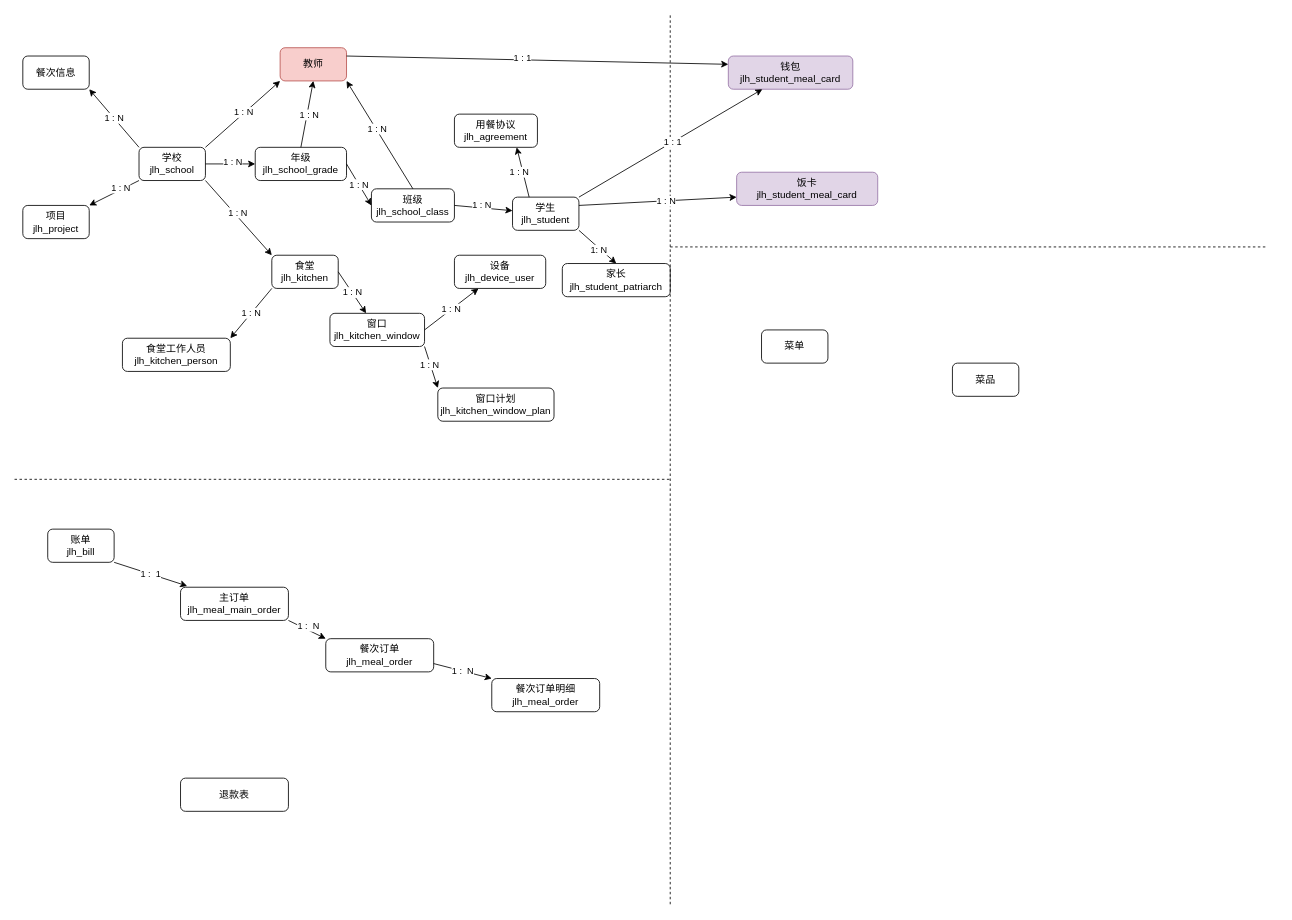
This is page "概念模型" (1 of 3) of 聚利合.drawio from shixw/drawio-depository, a draw.io file, before an edit. Source tidied: cells renumbered, new cells numbered last; positions are measured from the earlier drawing's top-left corner, leaving out a move shared by most shapes. Both pictures are drawn from the tidied source at 83%, with x=0, y=0 at pixel (14, 14).
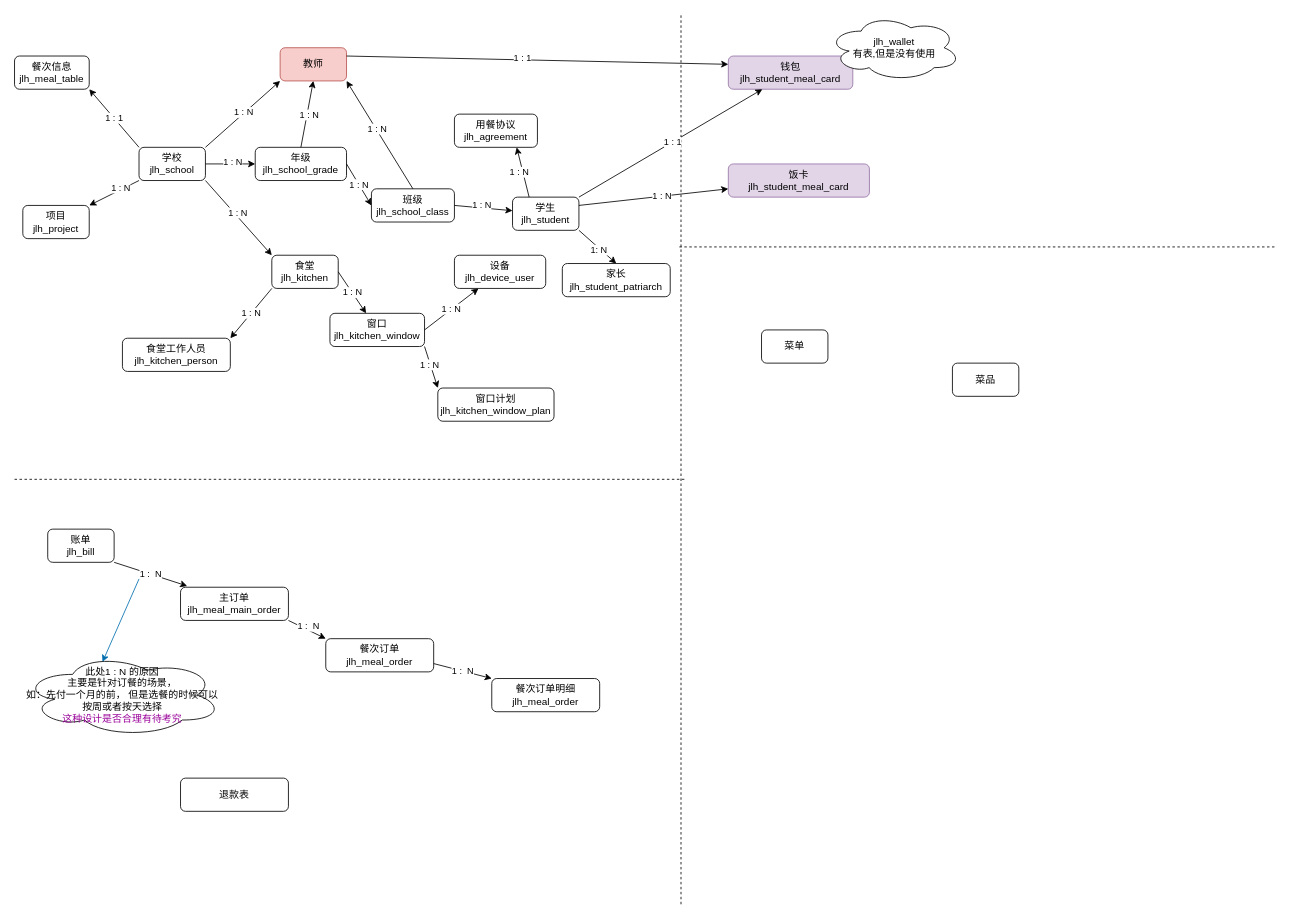
The same diagram, later.

Commit message:
更新聚利合.drawio

Unchanged cells that the change refers to:
```xml
<mxCell id="2" value="学校&lt;br&gt;jlh_school" style="rounded=1;whiteSpace=wrap;html=1;" parent="1" vertex="1">
  <mxGeometry x="150" y="160" width="80" height="40" as="geometry" />
</mxCell>
<mxCell id="14" value="账单&lt;br&gt;jlh_bill" style="rounded=1;whiteSpace=wrap;html=1;" parent="1" vertex="1">
  <mxGeometry x="40" y="620" width="80" height="40" as="geometry" />
</mxCell>
<mxCell id="15" value="主订单&lt;br&gt;jlh_meal_main_order" style="rounded=1;whiteSpace=wrap;html=1;" parent="1" vertex="1">
  <mxGeometry x="200" y="690" width="130" height="40" as="geometry" />
</mxCell>
```

The edit, as a diff of the source:
```diff
@@
     <mxCell id="13" style="endArrow=none;dashed=1;html=1;rounded=0;" parent="1" edge="1">
       <mxGeometry relative="1" as="geometry">
         <mxPoint y="560" as="sourcePoint" />
-        <mxPoint x="790" y="560" as="targetPoint" />
+        <mxPoint x="810" y="560" as="targetPoint" />
       </mxGeometry>
     </mxCell>
@@
-    <mxCell id="18" value="1 :&amp;nbsp; 1" style="endArrow=classic;html=1;rounded=0;entryX=0.062;entryY=-0.037;entryDx=0;entryDy=0;entryPerimeter=0;exitX=1;exitY=1;exitDx=0;exitDy=0;" parent="1" edge="1" source="14" target="15">
+    <mxCell id="18" value="1 :&amp;nbsp; N" style="endArrow=classic;html=1;rounded=0;entryX=0.062;entryY=-0.037;entryDx=0;entryDy=0;entryPerimeter=0;exitX=1;exitY=1;exitDx=0;exitDy=0;" parent="1" edge="1" source="14" target="15">
       <mxGeometry relative="1" as="geometry" />
     </mxCell>
@@
     <mxCell id="36" style="endArrow=none;dashed=1;html=1;rounded=0;" parent="1" edge="1">
       <mxGeometry relative="1" as="geometry">
-        <mxPoint x="790" y="1072" as="sourcePoint" />
-        <mxPoint x="790" as="targetPoint" />
+        <mxPoint x="803" y="1072" as="sourcePoint" />
+        <mxPoint x="803" as="targetPoint" />
       </mxGeometry>
     </mxCell>
@@
-    <mxCell id="52" value="餐次信息" style="rounded=1;whiteSpace=wrap;html=1;" parent="1" vertex="1">
-      <mxGeometry x="10" y="50" width="80" height="40" as="geometry" />
+    <mxCell id="52" value="餐次信息&lt;br&gt;jlh_meal_table" style="rounded=1;whiteSpace=wrap;html=1;" parent="1" vertex="1">
+      <mxGeometry y="50" width="90" height="40" as="geometry" />
     </mxCell>
-    <mxCell id="53" value="1 : N" style="endArrow=classic;html=1;rounded=0;exitX=0;exitY=0;exitDx=0;exitDy=0;entryX=1;entryY=1;entryDx=0;entryDy=0;" parent="1" edge="1" source="2" target="52">
+    <mxCell id="53" value="1 : 1" style="endArrow=classic;html=1;rounded=0;exitX=0;exitY=0;exitDx=0;exitDy=0;entryX=1;entryY=1;entryDx=0;entryDy=0;" parent="1" edge="1" source="2" target="52">
       <mxGeometry relative="1" as="geometry" />
     </mxCell>
     <mxCell id="54" value="饭卡&lt;br&gt;jlh_student_meal_card" style="rounded=1;whiteSpace=wrap;html=1;fillColor=#e1d5e7;strokeColor=#9673a6;" parent="1" vertex="1">
-      <mxGeometry x="870" y="190" width="170" height="40" as="geometry" />
+      <mxGeometry x="860" y="180" width="170" height="40" as="geometry" />
     </mxCell>
@@
     <mxCell id="57" style="endArrow=none;dashed=1;html=1;rounded=0;" parent="1" edge="1">
       <mxGeometry relative="1" as="geometry">
-        <mxPoint x="790" y="280" as="sourcePoint" />
-        <mxPoint x="1510" y="280" as="targetPoint" />
+        <mxPoint x="801" y="280" as="sourcePoint" />
+        <mxPoint x="1521" y="280" as="targetPoint" />
       </mxGeometry>
     </mxCell>
@@
+    <mxCell id="63" value="jlh_wallet&lt;br&gt;有表,但是没有使用" style="ellipse;shape=cloud;whiteSpace=wrap;html=1;" parent="1" vertex="1">
+      <mxGeometry x="980" width="160" height="80" as="geometry" />
+    </mxCell>
+    <mxCell id="64" value="此处1 : N 的原因&lt;br&gt;主要是针对订餐的场景，&lt;br&gt;如：先付一个月的前， 但是选餐的时候可以按周或者按天选择&lt;br&gt;&lt;font color=&quot;#990099&quot;&gt;这种设计是否合理有待考究&lt;/font&gt;" style="ellipse;shape=cloud;whiteSpace=wrap;html=1;" parent="1" vertex="1">
+      <mxGeometry x="10" y="770" width="240" height="100" as="geometry" />
+    </mxCell>
+    <mxCell id="65" style="endArrow=classic;html=1;rounded=0;entryX=0.4;entryY=0.1;entryDx=0;entryDy=0;entryPerimeter=0;fillColor=#1ba1e2;strokeColor=#006EAF;" parent="1" edge="1" target="64">
+      <mxGeometry relative="1" as="geometry">
+        <mxPoint x="150" y="680" as="sourcePoint" />
+      </mxGeometry>
+    </mxCell>
```
